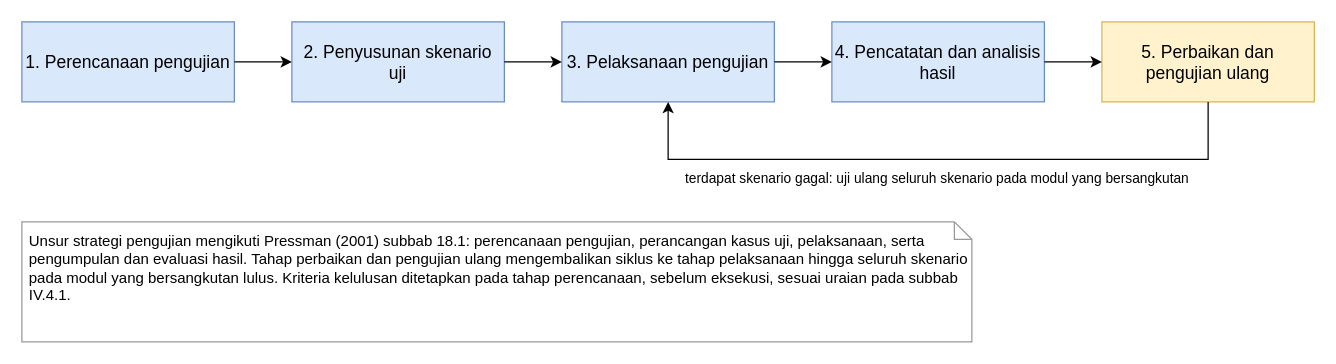
The draw.io diagram docs/diagram/IV-35-tahapan-pengujian.drawio in SandChik/TugasAkhir, before the edit. Source tidied: cells renumbered, new cells numbered last; positions are measured from the earlier drawing's top-left corner, leaving out a move shared by most shapes. Both pictures are drawn from the tidied source at 125%, with x=0, y=0 at pixel (21, 21).
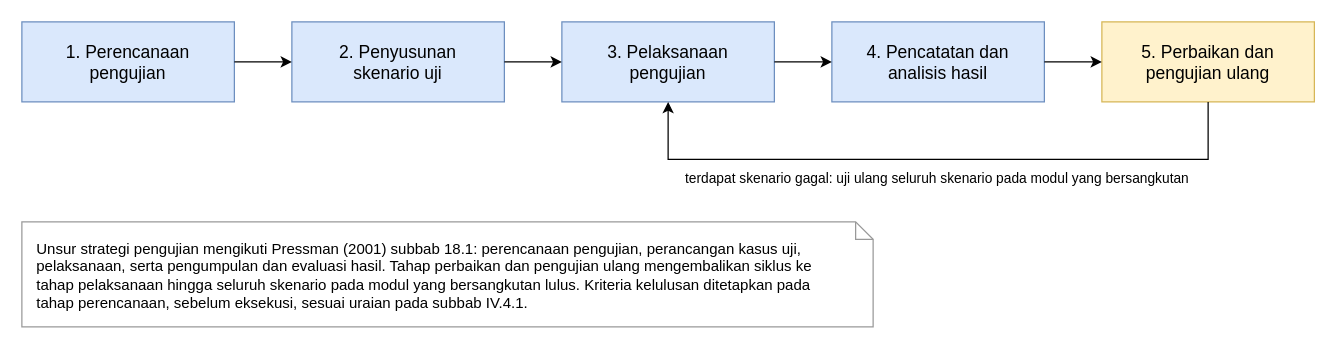
After the change.

Change to the diagram source:
```diff
@@
 <mxGraphModel>
   <root>
     <mxCell id="0" />
     <mxCell id="1" parent="0" />
-    <mxCell id="2" value="1. Perencanaan pengujian" style="rounded=0;whiteSpace=wrap;html=1;fontSize=14;align=center;strokeColor=#6c8ebf;fillColor=#dae8fc;" parent="1" vertex="1">
+    <mxCell id="2" value="1. Perencanaan&lt;br&gt;pengujian" style="rounded=0;whiteSpace=wrap;html=1;fontSize=14;align=center;strokeColor=#6c8ebf;fillColor=#dae8fc;" parent="1" vertex="1">
       <mxGeometry width="170" height="64" as="geometry" />
     </mxCell>
-    <mxCell id="3" value="2. Penyusunan skenario uji" style="rounded=0;whiteSpace=wrap;html=1;fontSize=14;align=center;strokeColor=#6c8ebf;fillColor=#dae8fc;" parent="1" vertex="1">
+    <mxCell id="3" value="2. Penyusunan&lt;br&gt;skenario uji" style="rounded=0;whiteSpace=wrap;html=1;fontSize=14;align=center;strokeColor=#6c8ebf;fillColor=#dae8fc;" parent="1" vertex="1">
       <mxGeometry x="216" width="170" height="64" as="geometry" />
     </mxCell>
-    <mxCell id="4" value="3. Pelaksanaan pengujian" style="rounded=0;whiteSpace=wrap;html=1;fontSize=14;align=center;strokeColor=#6c8ebf;fillColor=#dae8fc;" parent="1" vertex="1">
+    <mxCell id="4" value="3. Pelaksanaan&lt;br&gt;pengujian" style="rounded=0;whiteSpace=wrap;html=1;fontSize=14;align=center;strokeColor=#6c8ebf;fillColor=#dae8fc;" parent="1" vertex="1">
       <mxGeometry x="432" width="170" height="64" as="geometry" />
     </mxCell>
-    <mxCell id="5" value="4. Pencatatan dan analisis hasil" style="rounded=0;whiteSpace=wrap;html=1;fontSize=14;align=center;strokeColor=#6c8ebf;fillColor=#dae8fc;" parent="1" vertex="1">
+    <mxCell id="5" value="4. Pencatatan dan&lt;br&gt;analisis hasil" style="rounded=0;whiteSpace=wrap;html=1;fontSize=14;align=center;strokeColor=#6c8ebf;fillColor=#dae8fc;" parent="1" vertex="1">
       <mxGeometry x="648" width="170" height="64" as="geometry" />
     </mxCell>
-    <mxCell id="6" value="5. Perbaikan dan pengujian ulang" style="rounded=0;whiteSpace=wrap;html=1;fontSize=14;align=center;strokeColor=#d6b656;fillColor=#fff2cc;" parent="1" vertex="1">
+    <mxCell id="6" value="5. Perbaikan dan&lt;br&gt;pengujian ulang" style="rounded=0;whiteSpace=wrap;html=1;fontSize=14;align=center;strokeColor=#d6b656;fillColor=#fff2cc;" parent="1" vertex="1">
       <mxGeometry x="864" width="170" height="64" as="geometry" />
     </mxCell>
-    <mxCell id="7" value="Unsur strategi pengujian mengikuti Pressman (2001) subbab 18.1: perencanaan pengujian, perancangan kasus uji, pelaksanaan, serta pengumpulan dan evaluasi hasil. Tahap perbaikan dan pengujian ulang mengembalikan siklus ke tahap pelaksanaan hingga seluruh skenario pada modul yang bersangkutan lulus. Kriteria kelulusan ditetapkan pada tahap perencanaan, sebelum eksekusi, sesuai uraian pada subbab IV.4.1." style="shape=note;size=14;verticalAlign=top;spacingLeft=4;spacingTop=2;whiteSpace=wrap;html=1;fontSize=12;align=left;strokeColor=#999999;fillColor=#ffffff;" parent="1" vertex="1">
-      <mxGeometry y="160" width="760" height="96" as="geometry" />
+    <mxCell id="7" value="Unsur strategi pengujian mengikuti Pressman (2001) subbab 18.1: perencanaan pengujian, perancangan kasus uji,&lt;br&gt;pelaksanaan, serta pengumpulan dan evaluasi hasil. Tahap perbaikan dan pengujian ulang mengembalikan siklus ke&lt;br&gt;tahap pelaksanaan hingga seluruh skenario pada modul yang bersangkutan lulus. Kriteria kelulusan ditetapkan pada&lt;br&gt;tahap perencanaan, sebelum eksekusi, sesuai uraian pada subbab IV.4.1." style="shape=note;size=14;verticalAlign=top;spacingLeft=10;spacingRight=20;spacingTop=8;whiteSpace=wrap;html=1;fontSize=12;align=left;strokeColor=#999999;fillColor=#ffffff;" parent="1" vertex="1">
+      <mxGeometry y="160" width="681" height="84" as="geometry" />
     </mxCell>
     <mxCell id="8" style="edgeStyle=orthogonalEdgeStyle;rounded=0;html=1;strokeColor=#000000;endArrow=classic;startArrow=none;exitX=1.000;exitY=0.500;exitDx=0;exitDy=0;entryX=0.000;entryY=0.500;entryDx=0;entryDy=0;" parent="1" edge="1" source="2" target="3">
       <mxGeometry relative="1" as="geometry" />
     </mxCell>
     <mxCell id="9" style="edgeStyle=orthogonalEdgeStyle;rounded=0;html=1;strokeColor=#000000;endArrow=classic;startArrow=none;exitX=1.000;exitY=0.500;exitDx=0;exitDy=0;entryX=0.000;entryY=0.500;entryDx=0;entryDy=0;" parent="1" edge="1" source="3" target="4">
       <mxGeometry relative="1" as="geometry" />
     </mxCell>
     <mxCell id="10" style="edgeStyle=orthogonalEdgeStyle;rounded=0;html=1;strokeColor=#000000;endArrow=classic;startArrow=none;exitX=1.000;exitY=0.500;exitDx=0;exitDy=0;entryX=0.000;entryY=0.500;entryDx=0;entryDy=0;" parent="1" edge="1" source="4" target="5">
       <mxGeometry relative="1" as="geometry" />
     </mxCell>
     <mxCell id="11" style="edgeStyle=orthogonalEdgeStyle;rounded=0;html=1;strokeColor=#000000;endArrow=classic;startArrow=none;exitX=1.000;exitY=0.500;exitDx=0;exitDy=0;entryX=0.000;entryY=0.500;entryDx=0;entryDy=0;" parent="1" edge="1" source="5" target="6">
       <mxGeometry relative="1" as="geometry" />
     </mxCell>
     <mxCell id="12" style="edgeStyle=orthogonalEdgeStyle;rounded=0;html=1;strokeColor=#000000;endArrow=classic;startArrow=none;exitX=0.500;exitY=1.000;exitDx=0;exitDy=0;entryX=0.500;entryY=1.000;entryDx=0;entryDy=0;" parent="1" edge="1" source="6" target="4">
       <mxGeometry relative="1" as="geometry">
         <Array as="points">
           <mxPoint x="949" y="110" />
           <mxPoint x="517" y="110" />
         </Array>
       </mxGeometry>
     </mxCell>
     <mxCell id="13" value="terdapat skenario gagal: uji ulang seluruh skenario pada modul yang bersangkutan" style="text;html=1;whiteSpace=wrap;fontSize=11;align=center;verticalAlign=middle;strokeColor=none;fillColor=#ffffff;" parent="1" vertex="1">
       <mxGeometry x="530" y="117" width="405" height="15" as="geometry" />
     </mxCell>
   </root>
 </mxGraphModel>
```
